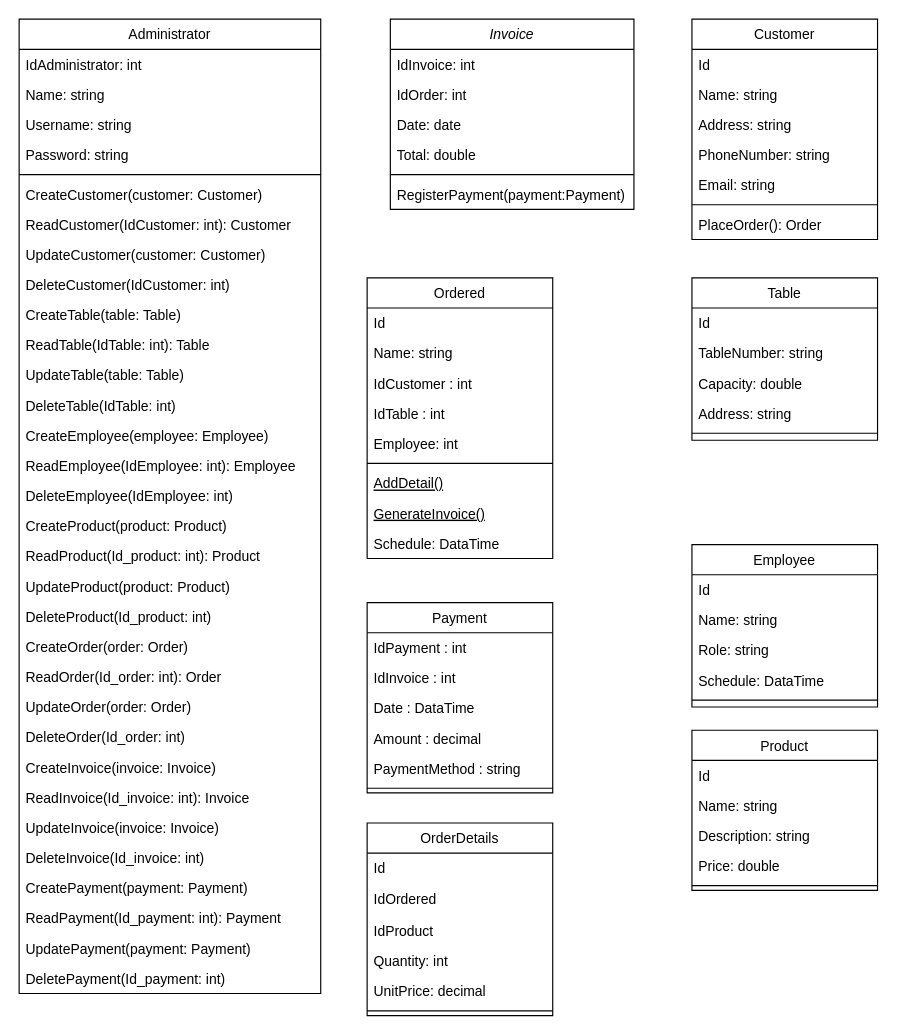
The draw.io diagram page "CD" (1 of 2) of Documents/Diagrama sin título.drawio in KevinAlvarezD/RestAdmin, before the edit. Source tidied: cells renumbered, new cells numbered last; positions are measured from the earlier drawing's top-left corner, leaving out a move shared by most shapes. Both pictures are drawn from the tidied source at 116%, with x=0, y=0 at pixel (19, 19).
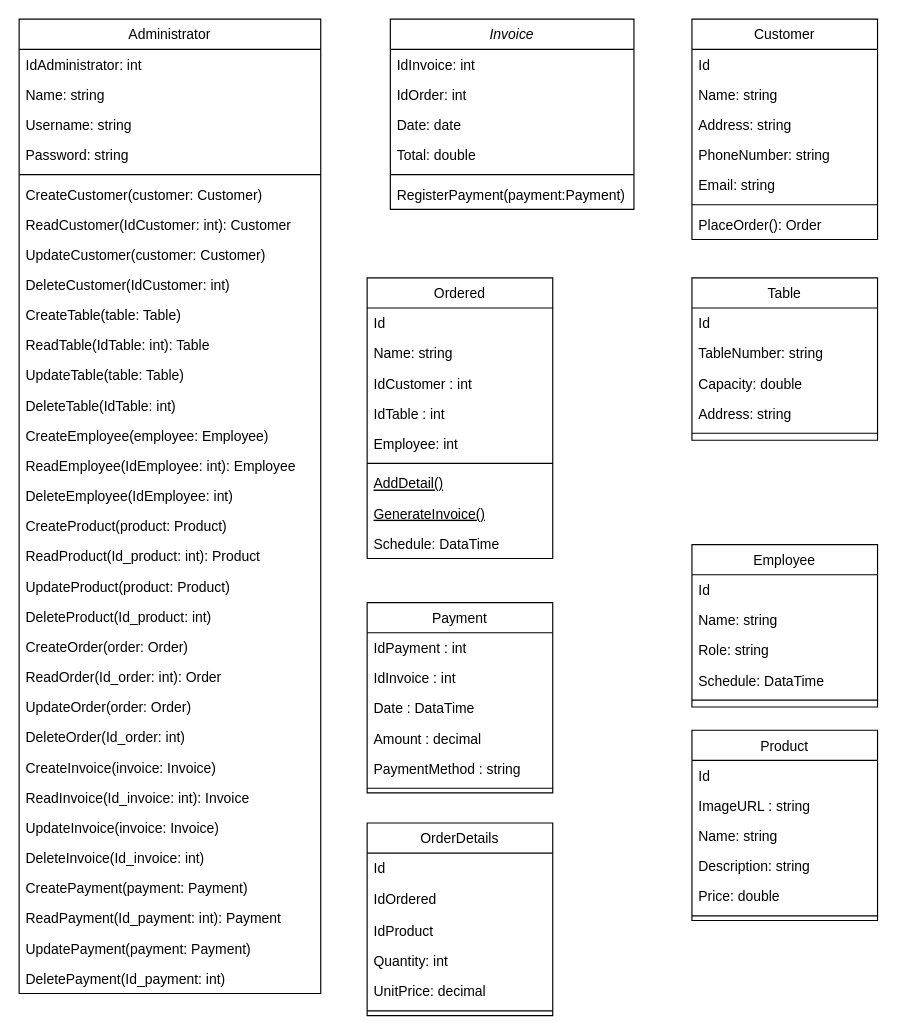
The same page after the edit.

Change to the diagram source:
```diff
@@
     <mxCell id="39" value="Product" style="swimlane;fontStyle=0;align=center;verticalAlign=top;horizontal=1;startSize=26;rounded=0;shadow=0;strokeWidth=1;" parent="1" vertex="1">
-      <mxGeometry x="580" y="613" width="160" height="138" as="geometry" />
+      <mxGeometry x="580" y="613" width="160" height="164" as="geometry" />
     </mxCell>
@@
+    <mxCell id="92" value="ImageURL : string" style="text;align=left;verticalAlign=top;spacingLeft=4;spacingRight=4;overflow=hidden;" parent="39" vertex="1">
+      <mxGeometry y="52" width="160" height="26" as="geometry" />
+    </mxCell>
     <mxCell id="41" value="Name: string" style="text;align=left;verticalAlign=top;spacingLeft=4;spacingRight=4;overflow=hidden;rounded=0;shadow=0;html=0;" parent="39" vertex="1">
-      <mxGeometry y="52" width="160" height="26" as="geometry" />
+      <mxGeometry y="78" width="160" height="26" as="geometry" />
     </mxCell>
     <mxCell id="42" value="Description: string" style="text;align=left;verticalAlign=top;spacingLeft=4;spacingRight=4;overflow=hidden;rounded=0;shadow=0;html=0;" parent="39" vertex="1">
-      <mxGeometry y="78" width="160" height="26" as="geometry" />
+      <mxGeometry y="104" width="160" height="26" as="geometry" />
     </mxCell>
     <mxCell id="43" value="Price: double" style="text;align=left;verticalAlign=top;spacingLeft=4;spacingRight=4;overflow=hidden;rounded=0;shadow=0;html=0;" parent="39" vertex="1">
-      <mxGeometry y="104" width="160" height="26" as="geometry" />
+      <mxGeometry y="130" width="160" height="26" as="geometry" />
     </mxCell>
     <mxCell id="44" style="line;html=1;strokeWidth=1;align=left;verticalAlign=middle;spacingTop=-1;spacingLeft=3;spacingRight=3;labelPosition=right;" parent="39" vertex="1">
-      <mxGeometry y="130" width="160" height="8" as="geometry" />
+      <mxGeometry y="156" width="160" height="8" as="geometry" />
     </mxCell>
```
